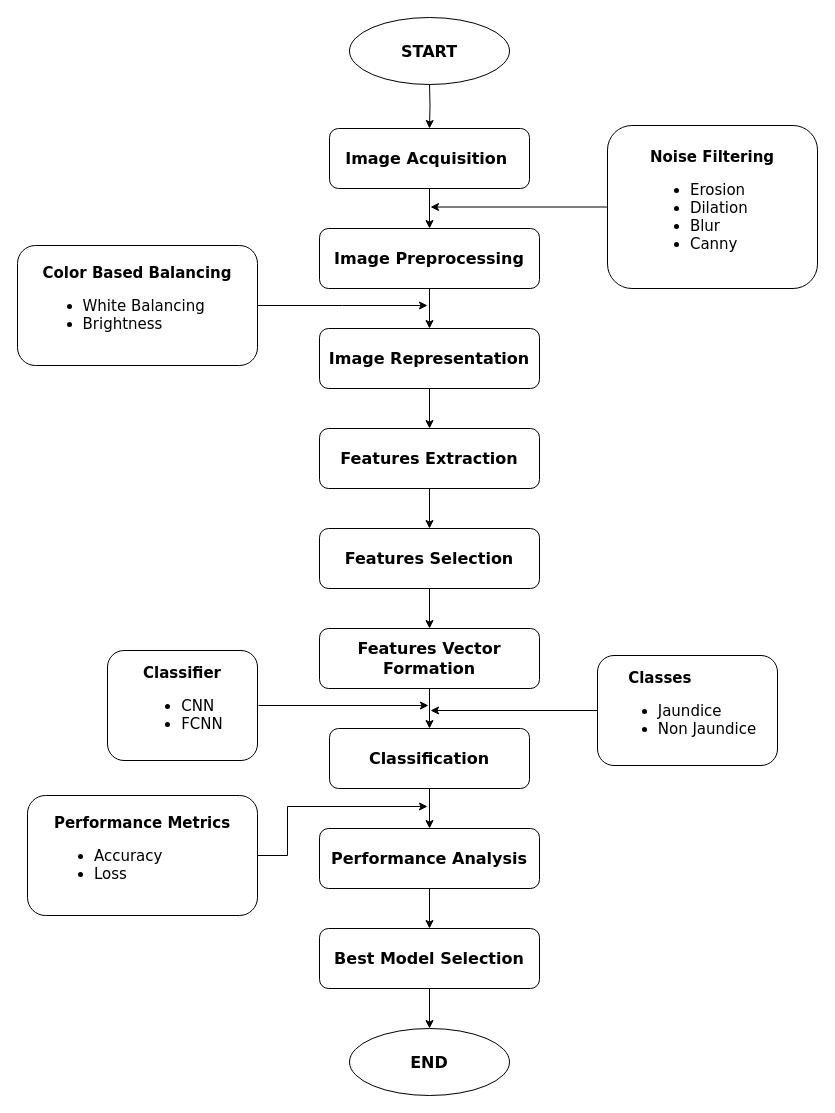
This is Final.drawio from fahimulkabir/Thesis, a draw.io file, before an edit. Source tidied: cells renumbered, new cells numbered last; positions are measured from the earlier drawing's top-left corner, leaving out a move shared by most shapes. Both pictures are drawn from the tidied source at 100%, with x=0, y=0 at pixel (17, 17).
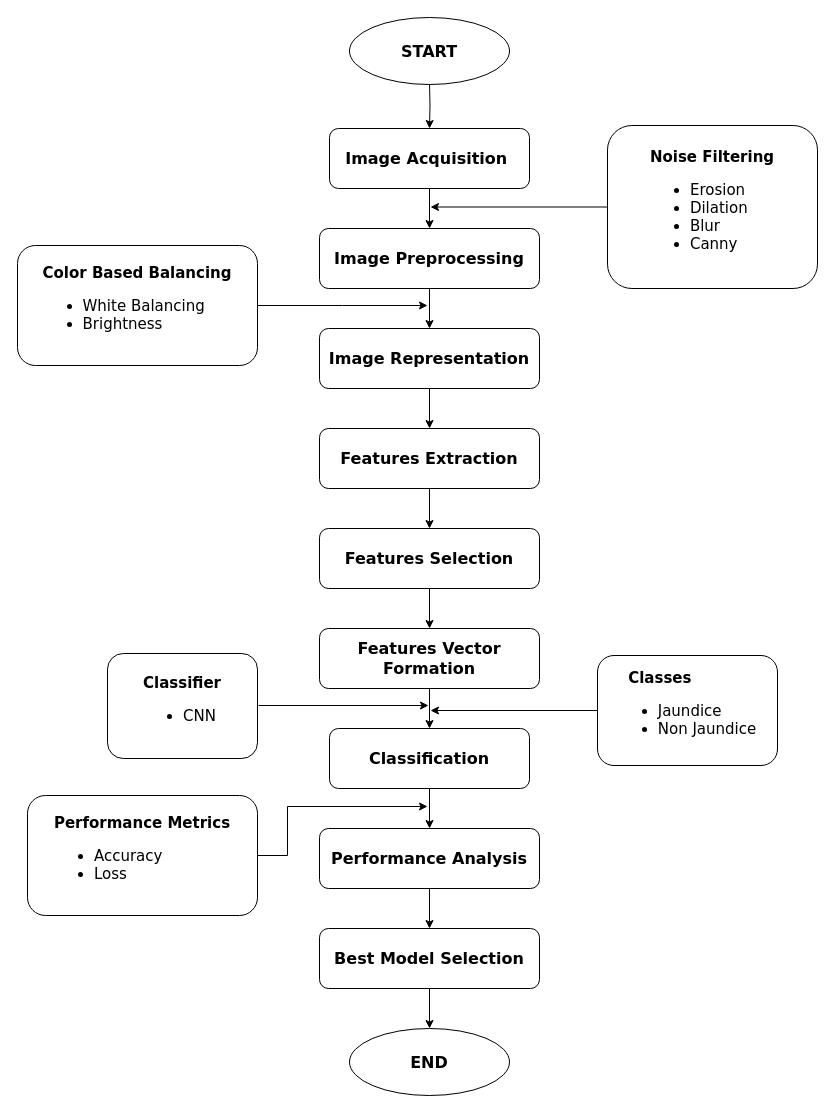
The same diagram, later.

Change to the diagram source:
```diff
@@
-    <mxCell id="25" value="&lt;div style=&quot;&quot;&gt;&lt;b style=&quot;background-color: initial;&quot;&gt;Classifier&lt;/b&gt;&lt;/div&gt;&lt;span style=&quot;background-color: initial;&quot;&gt;&lt;b&gt;&lt;div style=&quot;&quot;&gt;&lt;ul&gt;&lt;li style=&quot;text-align: left;&quot;&gt;&lt;span style=&quot;background-color: initial; font-weight: normal;&quot;&gt;CNN&lt;/span&gt;&lt;/li&gt;&lt;li style=&quot;text-align: left;&quot;&gt;&lt;span style=&quot;background-color: initial; font-weight: normal;&quot;&gt;FCNN&lt;/span&gt;&lt;/li&gt;&lt;/ul&gt;&lt;/div&gt;&lt;/b&gt;&lt;/span&gt;" style="rounded=1;whiteSpace=wrap;html=1;fontFamily=Verdana;fontSize=15;shadow=0;glass=0;sketch=0;align=center;" parent="1" vertex="1">
-      <mxGeometry x="90" y="633" width="150" height="110" as="geometry" />
+    <mxCell id="25" value="&lt;div style=&quot;&quot;&gt;&lt;b style=&quot;background-color: initial;&quot;&gt;Classifier&lt;/b&gt;&lt;/div&gt;&lt;span style=&quot;background-color: initial;&quot;&gt;&lt;b&gt;&lt;div style=&quot;&quot;&gt;&lt;ul&gt;&lt;li style=&quot;text-align: left;&quot;&gt;&lt;span style=&quot;background-color: initial; font-weight: normal;&quot;&gt;CNN&lt;/span&gt;&lt;/li&gt;&lt;/ul&gt;&lt;/div&gt;&lt;/b&gt;&lt;/span&gt;" style="rounded=1;whiteSpace=wrap;html=1;fontFamily=Verdana;fontSize=15;shadow=0;glass=0;sketch=0;align=center;" parent="1" vertex="1">
+      <mxGeometry x="90" y="636" width="150" height="105" as="geometry" />
     </mxCell>
```
